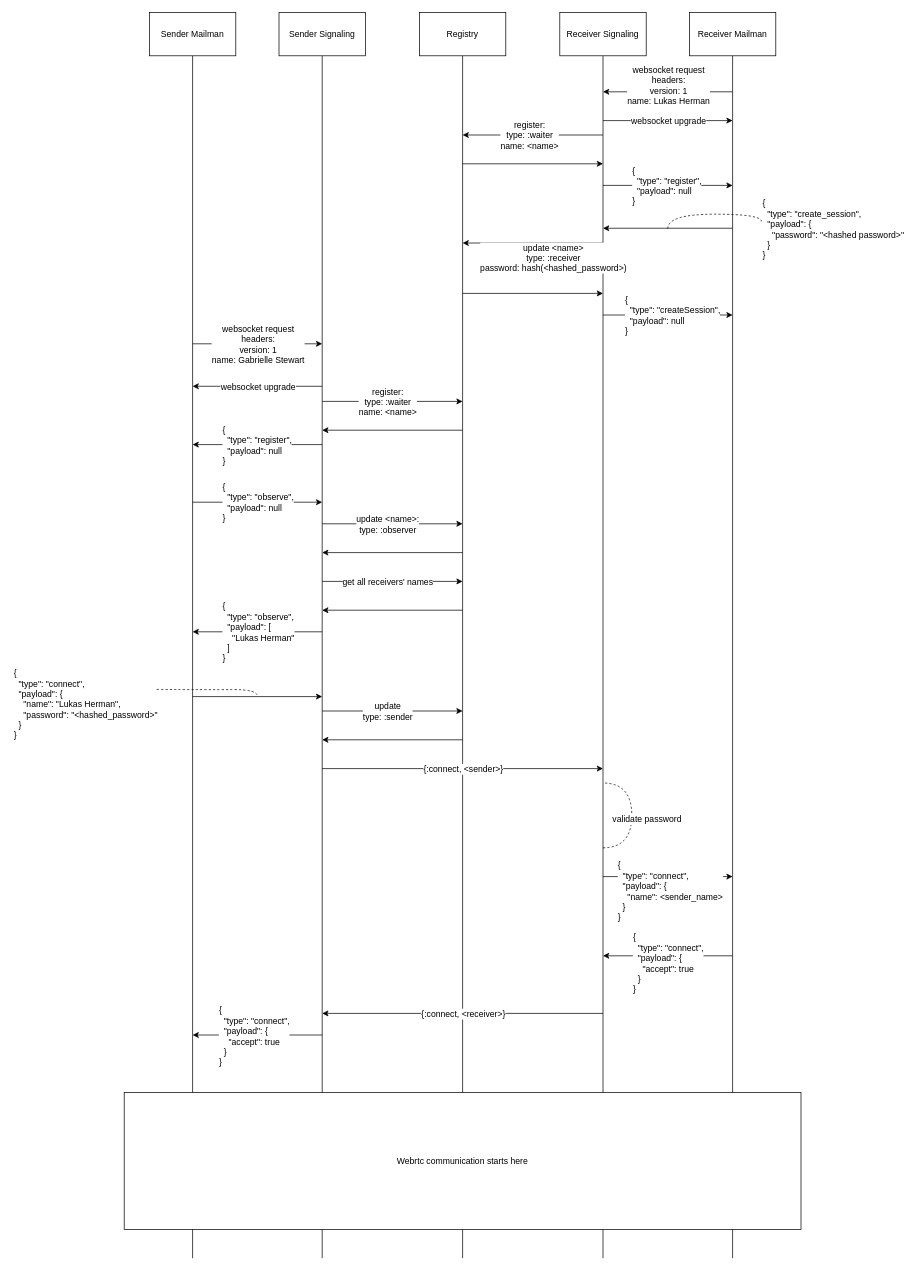
lherman-cs/mailman keeps this draw.io diagram as designs/pre-webrtc.drawio. Above is the earlier version. Source tidied: cells renumbered, new cells numbered last; positions are measured from the earlier drawing's top-left corner, leaving out a move shared by most shapes. Both pictures are drawn from the tidied source at 72%, with x=0, y=0 at pixel (124, 12).
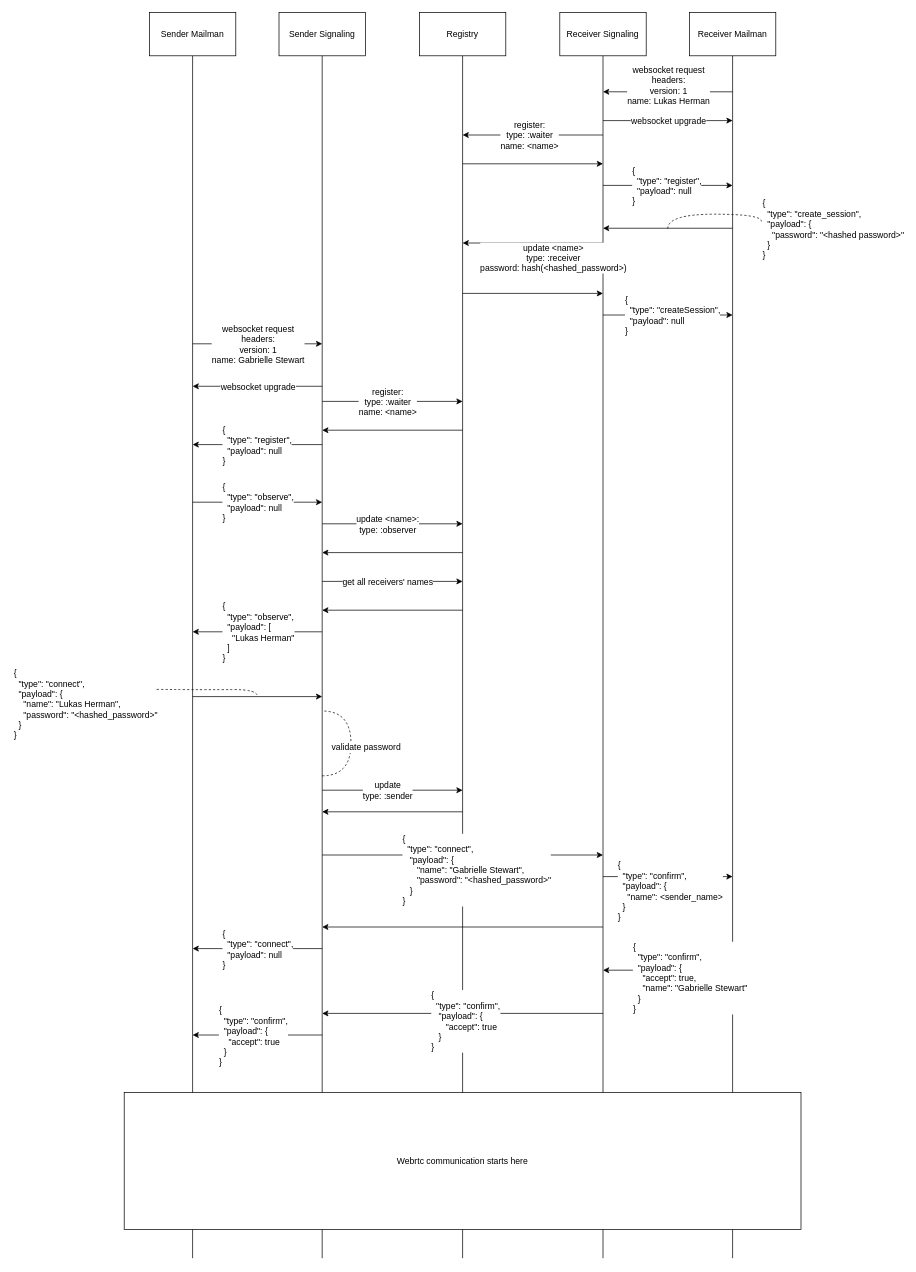
After the change.

The change refers to these unchanged cells:
```xml
<mxCell id="58" style="endArrow=classic;html=1;" parent="1" edge="1">
  <mxGeometry relative="1" as="geometry">
    <mxPoint x="665" y="1200" as="sourcePoint" />
    <mxPoint x="845" y="1200" as="targetPoint" />
  </mxGeometry>
</mxCell>
<mxCell id="62" style="endArrow=none;html=1;startArrow=classic;startFill=1;endFill=0;" parent="1" edge="1">
  <mxGeometry relative="1" as="geometry">
    <mxPoint x="275" y="1390" as="sourcePoint" />
    <mxPoint x="665" y="1390" as="targetPoint" />
  </mxGeometry>
</mxCell>
```

What changed in the source:
```diff
@@
     <mxCell id="51" style="endArrow=classic;html=1;" parent="1" edge="1">
       <mxGeometry relative="1" as="geometry">
-        <mxPoint x="275" y="970" as="sourcePoint" />
-        <mxPoint x="470" y="970" as="targetPoint" />
+        <mxPoint x="275" y="1080" as="sourcePoint" />
+        <mxPoint x="470" y="1080" as="targetPoint" />
       </mxGeometry>
     </mxCell>
@@
     <mxCell id="53" style="endArrow=classic;html=1;" parent="1" edge="1">
       <mxGeometry relative="1" as="geometry">
-        <mxPoint x="275" y="1050" as="sourcePoint" />
-        <mxPoint x="665" y="1050" as="targetPoint" />
+        <mxPoint x="275" y="1170" as="sourcePoint" />
+        <mxPoint x="665" y="1170" as="targetPoint" />
       </mxGeometry>
     </mxCell>
-    <mxCell id="54" value="{:connect, &amp;lt;sender&amp;gt;}" style="text;html=1;align=center;verticalAlign=middle;labelBackgroundColor=#ffffff;" parent="53" vertex="1">
+    <mxCell id="54" value="{&lt;br&gt;&amp;nbsp; &quot;type&quot;: &quot;connect&quot;,&lt;br&gt;&amp;nbsp; &amp;nbsp;&quot;payload&quot;: {&lt;br&gt;&amp;nbsp; &amp;nbsp; &amp;nbsp; &quot;name&quot;: &quot;Gabrielle Stewart&quot;,&lt;br&gt;&amp;nbsp; &amp;nbsp; &amp;nbsp; &quot;password&quot;: &quot;&amp;lt;hashed_password&amp;gt;&quot;&lt;br&gt;&amp;nbsp; &amp;nbsp;}&lt;br&gt;}" style="text;html=1;align=left;verticalAlign=middle;labelBackgroundColor=#ffffff;" parent="53" vertex="1">
       <mxGeometry x="-0.16" y="3" relative="1" as="geometry">
-        <mxPoint x="31" y="3" as="offset" />
+        <mxPoint x="-54" y="23" as="offset" />
       </mxGeometry>
     </mxCell>
     <mxCell id="55" style="endArrow=none;html=1;startArrow=classic;startFill=1;endFill=0;" parent="1" edge="1">
       <mxGeometry relative="1" as="geometry">
-        <mxPoint x="275" y="1010" as="sourcePoint" />
-        <mxPoint x="470" y="1010" as="targetPoint" />
+        <mxPoint x="275" y="1110" as="sourcePoint" />
+        <mxPoint x="470" y="1110" as="targetPoint" />
       </mxGeometry>
     </mxCell>
     <mxCell id="56" style="endArrow=none;dashed=1;html=1;edgeStyle=orthogonalEdgeStyle;curved=1;" parent="1" edge="1">
       <mxGeometry relative="1" as="geometry">
-        <mxPoint x="665" y="1160" as="sourcePoint" />
-        <mxPoint x="665" y="1070" as="targetPoint" />
+        <mxPoint x="275" y="1060" as="sourcePoint" />
+        <mxPoint x="275" y="970" as="targetPoint" />
         <Array as="points">
-          <mxPoint x="705" y="1160" />
-          <mxPoint x="705" y="1070" />
+          <mxPoint x="315" y="1060" />
+          <mxPoint x="315" y="970" />
         </Array>
       </mxGeometry>
     </mxCell>
@@
-    <mxCell id="59" value="{&lt;br&gt;&amp;nbsp; &quot;type&quot;: &quot;connect&quot;,&lt;br&gt;&amp;nbsp; &quot;payload&quot;: {&lt;br&gt;&amp;nbsp; &amp;nbsp; &quot;name&quot;: &amp;lt;sender_name&amp;gt;&lt;br&gt;&amp;nbsp; }&lt;br&gt;}" style="text;html=1;align=left;verticalAlign=middle;labelBackgroundColor=#ffffff;" parent="58" vertex="1">
+    <mxCell id="59" value="{&lt;br&gt;&amp;nbsp; &quot;type&quot;: &quot;confirm&quot;,&lt;br&gt;&amp;nbsp; &quot;payload&quot;: {&lt;br&gt;&amp;nbsp; &amp;nbsp; &quot;name&quot;: &amp;lt;sender_name&amp;gt;&lt;br&gt;&amp;nbsp; }&lt;br&gt;}" style="text;html=1;align=left;verticalAlign=middle;labelBackgroundColor=#ffffff;" parent="58" vertex="1">
       <mxGeometry x="-0.11" y="-1" relative="1" as="geometry">
         <mxPoint x="-61" y="19" as="offset" />
       </mxGeometry>
     </mxCell>
     <mxCell id="60" style="endArrow=classic;html=1;" parent="1" edge="1">
       <mxGeometry relative="1" as="geometry">
-        <mxPoint x="845" y="1310" as="sourcePoint" />
-        <mxPoint x="665" y="1310" as="targetPoint" />
+        <mxPoint x="845" y="1330" as="sourcePoint" />
+        <mxPoint x="665" y="1330" as="targetPoint" />
       </mxGeometry>
     </mxCell>
-    <mxCell id="61" value="{&lt;br&gt;&amp;nbsp; &quot;type&quot;: &quot;connect&quot;,&lt;br&gt;&amp;nbsp; &quot;payload&quot;: {&lt;br&gt;&amp;nbsp; &amp;nbsp; &quot;accept&quot;: true&lt;br&gt;&amp;nbsp; }&lt;br&gt;}" style="text;html=1;align=left;verticalAlign=middle;labelBackgroundColor=#ffffff;" parent="60" vertex="1">
+    <mxCell id="61" value="{&lt;br&gt;&amp;nbsp; &quot;type&quot;: &quot;confirm&quot;,&lt;br&gt;&amp;nbsp; &quot;payload&quot;: {&lt;br&gt;&amp;nbsp; &amp;nbsp; &quot;accept&quot;: true,&lt;br&gt;&amp;nbsp; &amp;nbsp; &quot;name&quot;: &quot;Gabrielle Stewart&quot;&lt;br&gt;&amp;nbsp; }&lt;br&gt;}" style="text;html=1;align=left;verticalAlign=middle;labelBackgroundColor=#ffffff;" parent="60" vertex="1">
       <mxGeometry x="0.17" y="-1" relative="1" as="geometry">
         <mxPoint x="-35" y="11" as="offset" />
       </mxGeometry>
     </mxCell>
@@
-    <mxCell id="63" value="{:connect, &amp;lt;receiver&amp;gt;}" style="text;html=1;align=center;verticalAlign=middle;labelBackgroundColor=#ffffff;" parent="62" vertex="1">
+    <mxCell id="63" value="&lt;span&gt;{&lt;/span&gt;&lt;br&gt;&lt;span&gt;&amp;nbsp; &quot;type&quot;: &quot;confirm&quot;,&lt;/span&gt;&lt;br&gt;&lt;span&gt;&amp;nbsp; &amp;nbsp;&quot;payload&quot;: {&lt;/span&gt;&lt;br&gt;&lt;span&gt;&amp;nbsp; &amp;nbsp; &amp;nbsp; &quot;accept&quot;: true&lt;/span&gt;&lt;br&gt;&lt;span&gt;&amp;nbsp; &amp;nbsp;}&lt;/span&gt;&lt;br&gt;&lt;span&gt;}&lt;/span&gt;" style="text;html=1;align=left;verticalAlign=middle;labelBackgroundColor=#ffffff;" parent="62" vertex="1">
       <mxGeometry x="-0.16" y="3" relative="1" as="geometry">
-        <mxPoint x="31" y="3" as="offset" />
+        <mxPoint x="-14" y="13" as="offset" />
       </mxGeometry>
     </mxCell>
@@
-    <mxCell id="65" value="{&lt;br&gt;&amp;nbsp; &quot;type&quot;: &quot;connect&quot;,&lt;br&gt;&amp;nbsp; &quot;payload&quot;: {&lt;br&gt;&amp;nbsp; &amp;nbsp; &quot;accept&quot;: true&lt;br&gt;&amp;nbsp; }&lt;br&gt;}" style="text;html=1;align=left;verticalAlign=middle;labelBackgroundColor=#ffffff;" parent="1" vertex="1">
+    <mxCell id="65" value="{&lt;br&gt;&amp;nbsp; &quot;type&quot;: &quot;confirm&quot;,&lt;br&gt;&amp;nbsp; &quot;payload&quot;: {&lt;br&gt;&amp;nbsp; &amp;nbsp; &quot;accept&quot;: true&lt;br&gt;&amp;nbsp; }&lt;br&gt;}" style="text;html=1;align=left;verticalAlign=middle;labelBackgroundColor=#ffffff;" parent="1" vertex="1">
       <mxGeometry x="165" y="1410" as="geometry">
         <mxPoint x="-35" y="11" as="offset" />
       </mxGeometry>
     </mxCell>
@@
+    <mxCell id="67" style="endArrow=none;html=1;startArrow=classic;startFill=1;endFill=0;" parent="1" edge="1">
+      <mxGeometry relative="1" as="geometry">
+        <mxPoint x="275" y="1270" as="sourcePoint" />
+        <mxPoint x="665" y="1270" as="targetPoint" />
+      </mxGeometry>
+    </mxCell>
+    <mxCell id="68" style="endArrow=none;html=1;startArrow=classic;startFill=1;endFill=0;" parent="1" edge="1">
+      <mxGeometry relative="1" as="geometry">
+        <mxPoint x="95" y="1300" as="sourcePoint" />
+        <mxPoint x="275" y="1300" as="targetPoint" />
+      </mxGeometry>
+    </mxCell>
+    <mxCell id="69" value="{&lt;br&gt;&amp;nbsp; &quot;type&quot;: &quot;connect&quot;,&lt;br&gt;&amp;nbsp; &quot;payload&quot;: null&lt;br&gt;}" style="text;html=1;align=left;verticalAlign=middle;labelBackgroundColor=#ffffff;" parent="68" vertex="1">
+      <mxGeometry x="-0.11" y="2" relative="1" as="geometry">
+        <mxPoint x="-40" y="2" as="offset" />
+      </mxGeometry>
+    </mxCell>
```
